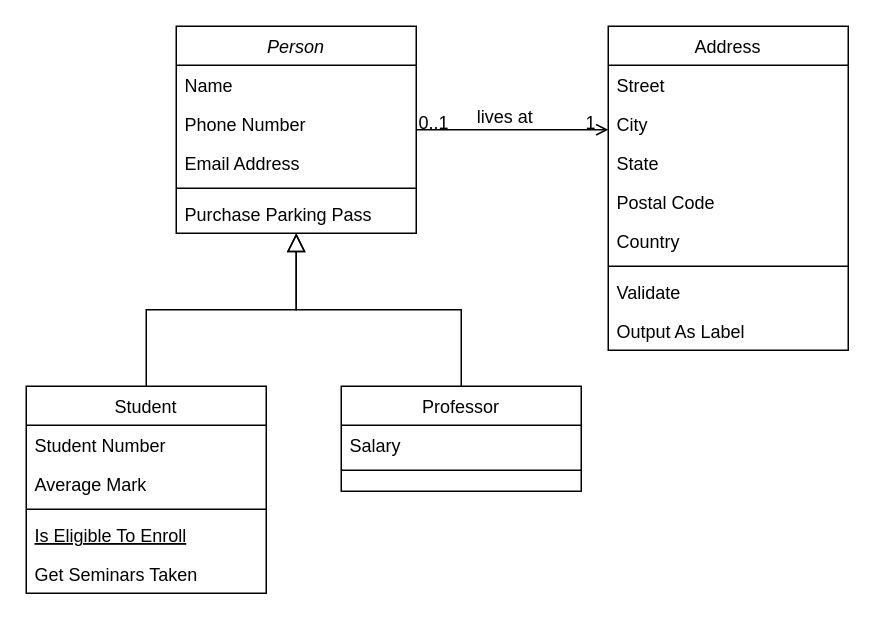
Above: src/Letter_Quest_Diagram.drawio in LilianDm/IndividualProject (draw.io), before the change. Source tidied: cells renumbered, new cells numbered last; positions are measured from the earlier drawing's top-left corner, leaving out a move shared by most shapes. Both pictures are drawn from the tidied source at 150%, with x=0, y=0 at pixel (26, 26).
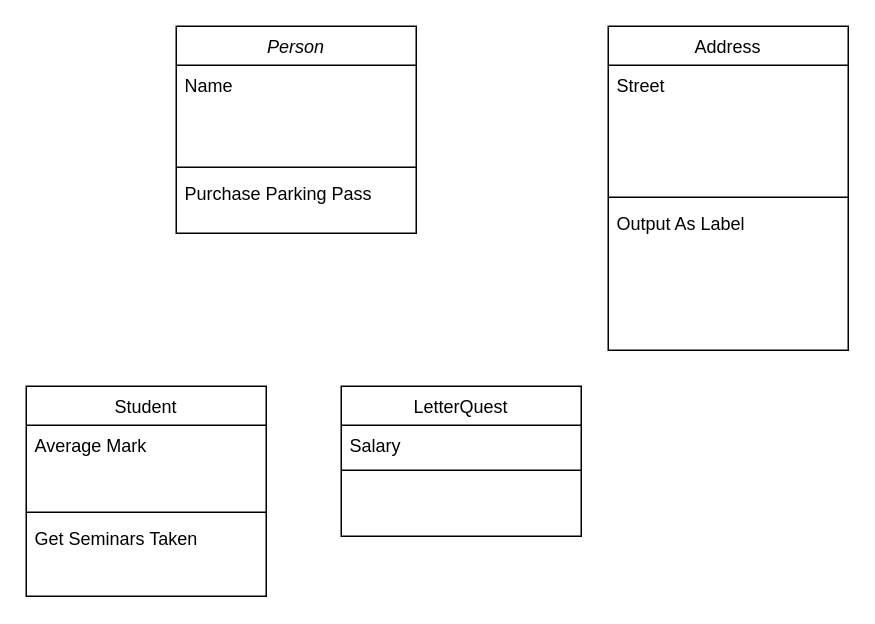
After the change.

The change refers to these unchanged cells:
```xml
<mxCell id="2" value="Person" style="swimlane;fontStyle=2;align=center;verticalAlign=top;horizontal=1;startSize=26;rounded=0;shadow=0;strokeWidth=1;" parent="1" vertex="1">
  <mxGeometry x="100" width="160" height="138" as="geometry" />
</mxCell>
<mxCell id="19" value="Address" style="swimlane;fontStyle=0;align=center;verticalAlign=top;horizontal=1;startSize=26;rounded=0;shadow=0;strokeWidth=1;" parent="1" vertex="1">
  <mxGeometry x="388" width="160" height="216" as="geometry" />
</mxCell>
```

What changed in the source:
```diff
@@
     <mxCell id="3" value="Name" style="text;align=left;verticalAlign=top;spacingLeft=4;spacingRight=4;overflow=hidden;" parent="2" vertex="1">
-      <mxGeometry y="26" width="160" height="26" as="geometry" />
+      <mxGeometry y="26" width="160" height="64" as="geometry" />
     </mxCell>
-    <mxCell id="4" value="Phone Number" style="text;align=left;verticalAlign=top;spacingLeft=4;spacingRight=4;overflow=hidden;rounded=0;shadow=0;html=0;" parent="2" vertex="1">
-      <mxGeometry y="52" width="160" height="26" as="geometry" />
-    </mxCell>
-    <mxCell id="5" value="Email Address" style="text;align=left;verticalAlign=top;spacingLeft=4;spacingRight=4;overflow=hidden;rounded=0;shadow=0;html=0;" parent="2" vertex="1">
-      <mxGeometry y="78" width="160" height="26" as="geometry" />
-    </mxCell>
     <mxCell id="6" style="line;html=1;strokeWidth=1;align=left;verticalAlign=middle;spacingTop=-1;spacingLeft=3;spacingRight=3;labelPosition=right;" parent="2" vertex="1">
-      <mxGeometry y="104" width="160" height="8" as="geometry" />
+      <mxGeometry y="90" width="160" height="8" as="geometry" />
     </mxCell>
     <mxCell id="7" value="Purchase Parking Pass" style="text;align=left;verticalAlign=top;spacingLeft=4;spacingRight=4;overflow=hidden;" parent="2" vertex="1">
-      <mxGeometry y="112" width="160" height="26" as="geometry" />
+      <mxGeometry y="98" width="160" height="26" as="geometry" />
     </mxCell>
     <mxCell id="8" value="Student" style="swimlane;fontStyle=0;align=center;verticalAlign=top;horizontal=1;startSize=26;rounded=0;shadow=0;strokeWidth=1;" parent="1" vertex="1">
-      <mxGeometry y="240" width="160" height="138" as="geometry" />
+      <mxGeometry y="240" width="160" height="140" as="geometry" />
     </mxCell>
-    <mxCell id="9" value="Student Number" style="text;align=left;verticalAlign=top;spacingLeft=4;spacingRight=4;overflow=hidden;" parent="8" vertex="1">
-      <mxGeometry y="26" width="160" height="26" as="geometry" />
-    </mxCell>
     <mxCell id="10" value="Average Mark" style="text;align=left;verticalAlign=top;spacingLeft=4;spacingRight=4;overflow=hidden;rounded=0;shadow=0;html=0;" parent="8" vertex="1">
-      <mxGeometry y="52" width="160" height="26" as="geometry" />
+      <mxGeometry y="26" width="160" height="54" as="geometry" />
     </mxCell>
     <mxCell id="11" style="line;html=1;strokeWidth=1;align=left;verticalAlign=middle;spacingTop=-1;spacingLeft=3;spacingRight=3;labelPosition=right;" parent="8" vertex="1">
-      <mxGeometry y="78" width="160" height="8" as="geometry" />
+      <mxGeometry y="80" width="160" height="8" as="geometry" />
     </mxCell>
-    <mxCell id="12" value="Is Eligible To Enroll" style="text;align=left;verticalAlign=top;spacingLeft=4;spacingRight=4;overflow=hidden;fontStyle=4;" parent="8" vertex="1">
-      <mxGeometry y="86" width="160" height="26" as="geometry" />
-    </mxCell>
     <mxCell id="13" value="Get Seminars Taken" style="text;align=left;verticalAlign=top;spacingLeft=4;spacingRight=4;overflow=hidden;" parent="8" vertex="1">
-      <mxGeometry y="112" width="160" height="26" as="geometry" />
+      <mxGeometry y="88" width="160" height="52" as="geometry" />
     </mxCell>
-    <mxCell id="14" style="endArrow=block;endSize=10;endFill=0;shadow=0;strokeWidth=1;rounded=0;curved=0;edgeStyle=elbowEdgeStyle;elbow=vertical;" parent="1" edge="1" source="8" target="2">
-      <mxGeometry relative="1" as="geometry" />
-    </mxCell>
-    <mxCell id="15" value="Professor" style="swimlane;fontStyle=0;align=center;verticalAlign=top;horizontal=1;startSize=26;rounded=0;shadow=0;strokeWidth=1;" parent="1" vertex="1">
-      <mxGeometry x="210" y="240" width="160" height="70" as="geometry" />
+    <mxCell id="15" value="LetterQuest" style="swimlane;fontStyle=0;align=center;verticalAlign=top;horizontal=1;startSize=26;rounded=0;shadow=0;strokeWidth=1;" parent="1" vertex="1">
+      <mxGeometry x="210" y="240" width="160" height="100" as="geometry" />
     </mxCell>
@@
-    <mxCell id="18" style="endArrow=block;endSize=10;endFill=0;shadow=0;strokeWidth=1;rounded=0;curved=0;edgeStyle=elbowEdgeStyle;elbow=vertical;" parent="1" edge="1" source="15" target="2">
-      <mxGeometry relative="1" as="geometry" />
-    </mxCell>
@@
     <mxCell id="20" value="Street" style="text;align=left;verticalAlign=top;spacingLeft=4;spacingRight=4;overflow=hidden;" parent="19" vertex="1">
-      <mxGeometry y="26" width="160" height="26" as="geometry" />
+      <mxGeometry y="26" width="160" height="84" as="geometry" />
     </mxCell>
-    <mxCell id="21" value="City" style="text;align=left;verticalAlign=top;spacingLeft=4;spacingRight=4;overflow=hidden;rounded=0;shadow=0;html=0;" parent="19" vertex="1">
-      <mxGeometry y="52" width="160" height="26" as="geometry" />
-    </mxCell>
-    <mxCell id="22" value="State" style="text;align=left;verticalAlign=top;spacingLeft=4;spacingRight=4;overflow=hidden;rounded=0;shadow=0;html=0;" parent="19" vertex="1">
-      <mxGeometry y="78" width="160" height="26" as="geometry" />
-    </mxCell>
-    <mxCell id="23" value="Postal Code" style="text;align=left;verticalAlign=top;spacingLeft=4;spacingRight=4;overflow=hidden;rounded=0;shadow=0;html=0;" parent="19" vertex="1">
-      <mxGeometry y="104" width="160" height="26" as="geometry" />
-    </mxCell>
-    <mxCell id="24" value="Country" style="text;align=left;verticalAlign=top;spacingLeft=4;spacingRight=4;overflow=hidden;rounded=0;shadow=0;html=0;" parent="19" vertex="1">
-      <mxGeometry y="130" width="160" height="26" as="geometry" />
-    </mxCell>
     <mxCell id="25" style="line;html=1;strokeWidth=1;align=left;verticalAlign=middle;spacingTop=-1;spacingLeft=3;spacingRight=3;labelPosition=right;" parent="19" vertex="1">
-      <mxGeometry y="156" width="160" height="8" as="geometry" />
+      <mxGeometry y="110" width="160" height="8" as="geometry" />
     </mxCell>
-    <mxCell id="26" value="Validate" style="text;align=left;verticalAlign=top;spacingLeft=4;spacingRight=4;overflow=hidden;" parent="19" vertex="1">
-      <mxGeometry y="164" width="160" height="26" as="geometry" />
-    </mxCell>
     <mxCell id="27" value="Output As Label" style="text;align=left;verticalAlign=top;spacingLeft=4;spacingRight=4;overflow=hidden;" parent="19" vertex="1">
-      <mxGeometry y="190" width="160" height="26" as="geometry" />
+      <mxGeometry y="118" width="160" height="60" as="geometry" />
     </mxCell>
-    <mxCell id="28" style="endArrow=open;shadow=0;strokeWidth=1;rounded=0;curved=0;endFill=1;edgeStyle=elbowEdgeStyle;elbow=vertical;" parent="1" edge="1" source="2" target="19">
-      <mxGeometry x="0.5" y="41" relative="1" as="geometry">
-        <mxPoint x="-40" y="32" as="offset" />
-      </mxGeometry>
-    </mxCell>
-    <mxCell id="29" value="0..1" style="align=left;verticalAlign=bottom;labelBackgroundColor=none;fontSize=12;" parent="28" vertex="1">
-      <mxGeometry x="-1" relative="1" as="geometry">
-        <mxPoint y="4" as="offset" />
-      </mxGeometry>
-    </mxCell>
-    <mxCell id="30" value="1" style="align=right;verticalAlign=bottom;labelBackgroundColor=none;fontSize=12;" parent="28" vertex="1">
-      <mxGeometry x="1" relative="1" as="geometry">
-        <mxPoint x="-7" y="4" as="offset" />
-      </mxGeometry>
-    </mxCell>
-    <mxCell id="31" value="lives at" style="text;html=1;align=center;verticalAlign=middle;labelBackgroundColor=none;rounded=0;shadow=0;strokeWidth=1;fontSize=12;" parent="28" vertex="1">
-      <mxGeometry x="0.5" y="49" relative="1" as="geometry">
-        <mxPoint x="-38" y="40" as="offset" />
-      </mxGeometry>
-    </mxCell>
```
